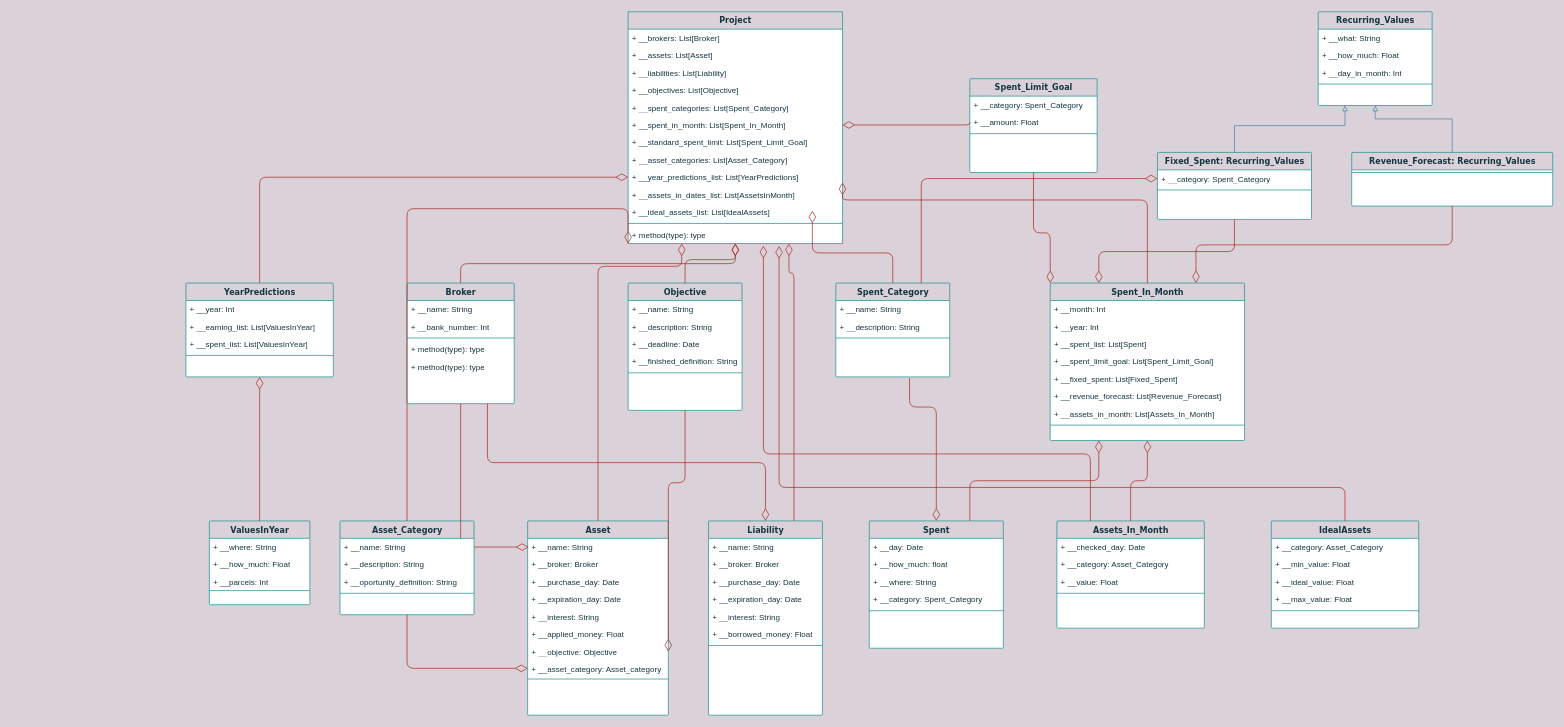
The draw.io diagram Class Diagram.drawio in gusttav-lang/Financial-Controller, before the edit. Source tidied: cells renumbered, new cells numbered last; positions are measured from the earlier drawing's top-left corner, leaving out a move shared by most shapes. Both pictures are drawn from the tidied source at 67%, with x=0, y=0 at pixel (186, 11).
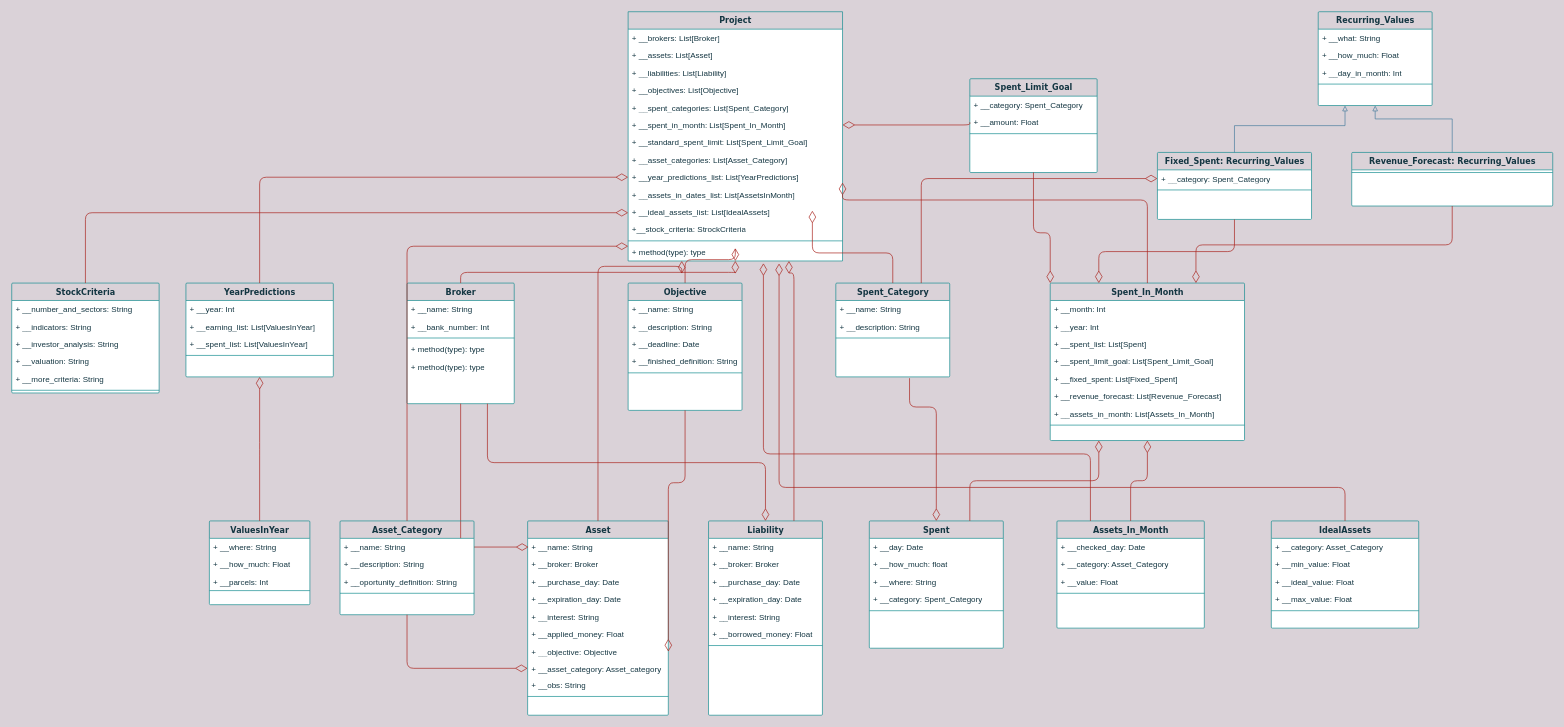
Above is the later version.

The change refers to these unchanged cells:
```xml
<mxCell id="23" value="Asset" style="swimlane;html=1;fontStyle=1;align=center;verticalAlign=top;horizontal=1;startSize=26;swimlaneFillColor=#ffffff;shadow=0;comic=0;labelBackgroundColor=none;strokeWidth=1;fillColor=none;fontFamily=Verdana;fontSize=12;strokeColor=#0F8B8D;fontColor=#143642;rounded=1;arcSize=2;" parent="1" vertex="1">
  <mxGeometry x="510" y="760" width="210" height="290" as="geometry" />
</mxCell>
<mxCell id="103" value="Asset_Category" style="swimlane;html=1;fontStyle=1;align=center;verticalAlign=top;horizontal=1;startSize=26;swimlaneFillColor=#ffffff;shadow=0;comic=0;labelBackgroundColor=none;strokeWidth=1;fillColor=none;fontFamily=Verdana;fontSize=12;strokeColor=#0F8B8D;fontColor=#143642;rounded=1;arcSize=2;" parent="1" vertex="1">
  <mxGeometry x="230" y="760" width="200" height="140" as="geometry" />
</mxCell>
```

Change to the diagram source:
```diff
@@
     <mxCell id="8" value="Project" style="swimlane;html=1;fontStyle=1;align=center;verticalAlign=top;horizontal=1;startSize=26;swimlaneFillColor=#ffffff;shadow=0;comic=0;labelBackgroundColor=none;strokeWidth=1;fillColor=none;fontFamily=Verdana;fontSize=12;strokeColor=#0F8B8D;fontColor=#143642;rounded=0;" parent="1" vertex="1">
-      <mxGeometry x="660" width="320" height="346" as="geometry" />
+      <mxGeometry x="660" width="320" height="372" as="geometry" />
     </mxCell>
@@
+    <mxCell id="130" value="+__stock_criteria: StrockCriteria" style="text;html=1;strokeColor=none;fillColor=none;align=left;verticalAlign=top;spacingLeft=4;spacingRight=4;whiteSpace=wrap;overflow=hidden;fontColor=#143642;rounded=1;" parent="8" vertex="1">
+      <mxGeometry y="312" width="320" height="26" as="geometry" />
+    </mxCell>
     <mxCell id="20" style="line;html=1;strokeWidth=1;fillColor=none;align=left;verticalAlign=middle;spacingTop=-1;spacingLeft=3;spacingRight=3;labelPosition=right;labelBackgroundColor=#DAD2D8;strokeColor=#0F8B8D;fontColor=#143642;rounded=1;" parent="8" vertex="1">
-      <mxGeometry y="312" width="320" height="8" as="geometry" />
+      <mxGeometry y="338" width="320" height="8" as="geometry" />
     </mxCell>
     <mxCell id="21" value="+ method(type): type" style="text;html=1;strokeColor=none;fillColor=none;align=left;verticalAlign=top;spacingLeft=4;spacingRight=4;whiteSpace=wrap;overflow=hidden;points=[[0,0.5],[1,0.5]];portConstraint=eastwest;fontColor=#143642;rounded=1;" parent="8" vertex="1">
-      <mxGeometry y="320" width="320" height="26" as="geometry" />
+      <mxGeometry y="346" width="320" height="26" as="geometry" />
     </mxCell>
@@
+    <mxCell id="131" value="+ __obs: String" style="text;html=1;strokeColor=none;fillColor=none;align=left;verticalAlign=top;spacingLeft=4;spacingRight=4;whiteSpace=wrap;overflow=hidden;fontColor=#143642;rounded=1;" parent="23" vertex="1">
+      <mxGeometry y="232" width="210" height="26" as="geometry" />
+    </mxCell>
     <mxCell id="32" style="line;html=1;strokeWidth=1;fillColor=none;align=left;verticalAlign=middle;spacingTop=-1;spacingLeft=3;spacingRight=3;labelPosition=right;labelBackgroundColor=#DAD2D8;strokeColor=#0F8B8D;fontColor=#143642;rounded=1;" parent="23" vertex="1">
-      <mxGeometry y="232" width="210" height="8" as="geometry" />
+      <mxGeometry y="258" width="210" height="8" as="geometry" />
     </mxCell>
@@
-    <mxCell id="109" style="edgeStyle=elbowEdgeStyle;html=1;labelBackgroundColor=none;startFill=0;startSize=8;endArrow=diamondThin;endFill=0;endSize=16;fontFamily=Verdana;fontSize=12;elbow=vertical;strokeColor=#A8201A;fontColor=#143642;exitX=0.5;exitY=0;exitDx=0;exitDy=0;entryX=0;entryY=1;entryDx=0;entryDy=0;" parent="1" edge="1" source="103" target="8">
+    <mxCell id="109" style="edgeStyle=elbowEdgeStyle;html=1;labelBackgroundColor=none;startFill=0;startSize=8;endArrow=diamondThin;endFill=0;endSize=16;fontFamily=Verdana;fontSize=12;elbow=vertical;strokeColor=#A8201A;fontColor=#143642;exitX=0.5;exitY=0;exitDx=0;exitDy=0;" parent="1" edge="1" source="103">
       <mxGeometry relative="1" as="geometry">
+        <mxPoint x="660" y="350" as="targetPoint" />
         <Array as="points">
-          <mxPoint x="490" y="294" />
+          <mxPoint x="490" y="350" />
+          <mxPoint x="490" y="372" />
         </Array>
       </mxGeometry>
     </mxCell>
@@
+    <mxCell id="132" value="StockCriteria" style="swimlane;html=1;fontStyle=1;align=center;verticalAlign=top;horizontal=1;startSize=26;swimlaneFillColor=#ffffff;shadow=0;comic=0;labelBackgroundColor=none;strokeWidth=1;fillColor=none;fontFamily=Verdana;fontSize=12;strokeColor=#0F8B8D;fontColor=#143642;rounded=1;arcSize=2;" parent="1" vertex="1">
+      <mxGeometry x="-260" y="405" width="220" height="164" as="geometry" />
+    </mxCell>
+    <mxCell id="133" value="+ __number_and_sectors: String" style="text;html=1;strokeColor=none;fillColor=none;align=left;verticalAlign=top;spacingLeft=4;spacingRight=4;whiteSpace=wrap;overflow=hidden;fontColor=#143642;rounded=1;" parent="132" vertex="1">
+      <mxGeometry y="26" width="220" height="26" as="geometry" />
+    </mxCell>
+    <mxCell id="134" value="+ __indicators: String" style="text;html=1;strokeColor=none;fillColor=none;align=left;verticalAlign=top;spacingLeft=4;spacingRight=4;whiteSpace=wrap;overflow=hidden;fontColor=#143642;rounded=1;" parent="132" vertex="1">
+      <mxGeometry y="52" width="220" height="26" as="geometry" />
+    </mxCell>
+    <mxCell id="135" value="+ __investor_analysis: String" style="text;html=1;strokeColor=none;fillColor=none;align=left;verticalAlign=top;spacingLeft=4;spacingRight=4;whiteSpace=wrap;overflow=hidden;fontColor=#143642;rounded=1;" parent="132" vertex="1">
+      <mxGeometry y="78" width="220" height="26" as="geometry" />
+    </mxCell>
+    <mxCell id="136" value="+ __valuation: String" style="text;html=1;strokeColor=none;fillColor=none;align=left;verticalAlign=top;spacingLeft=4;spacingRight=4;whiteSpace=wrap;overflow=hidden;fontColor=#143642;rounded=1;" parent="132" vertex="1">
+      <mxGeometry y="104" width="220" height="26" as="geometry" />
+    </mxCell>
+    <mxCell id="137" value="+ __more_criteria: String" style="text;html=1;strokeColor=none;fillColor=none;align=left;verticalAlign=top;spacingLeft=4;spacingRight=4;whiteSpace=wrap;overflow=hidden;fontColor=#143642;rounded=1;" parent="132" vertex="1">
+      <mxGeometry y="130" width="220" height="26" as="geometry" />
+    </mxCell>
+    <mxCell id="138" style="line;html=1;strokeWidth=1;fillColor=none;align=left;verticalAlign=middle;spacingTop=-1;spacingLeft=3;spacingRight=3;labelPosition=right;labelBackgroundColor=#DAD2D8;strokeColor=#0F8B8D;fontColor=#143642;rounded=1;" parent="132" vertex="1">
+      <mxGeometry y="156" width="220" height="8" as="geometry" />
+    </mxCell>
+    <mxCell id="139" style="edgeStyle=elbowEdgeStyle;html=1;labelBackgroundColor=none;startFill=0;startSize=8;endArrow=diamondThin;endFill=0;endSize=16;fontFamily=Verdana;fontSize=12;elbow=vertical;strokeColor=#A8201A;fontColor=#143642;exitX=0.5;exitY=0;exitDx=0;exitDy=0;" parent="1" edge="1" source="132">
+      <mxGeometry relative="1" as="geometry">
+        <mxPoint x="660" y="300" as="targetPoint" />
+        <Array as="points">
+          <mxPoint x="-130" y="300" />
+        </Array>
+      </mxGeometry>
+    </mxCell>
```
